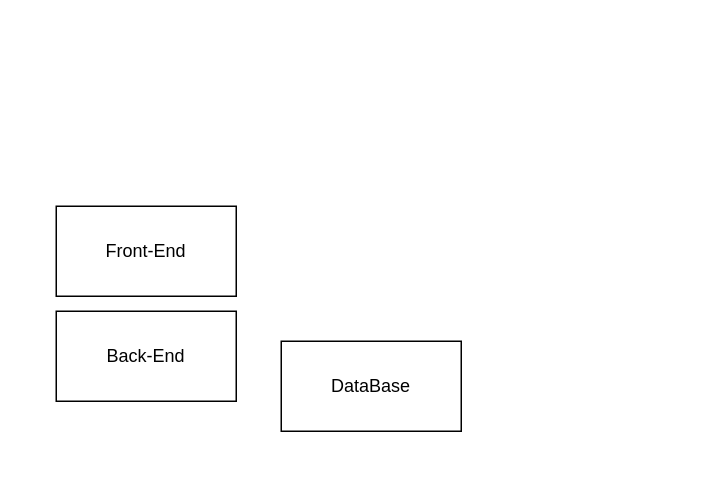
mitri-dvp/diagramas keeps this draw.io diagram as Untitled Diagram.drawio. Above is the earlier version. Source tidied: cells renumbered, new cells numbered last; positions are measured from the earlier drawing's top-left corner, leaving out a move shared by most shapes. Both pictures are drawn from the tidied source at 150%, with x=0, y=0 at pixel (56, 206).
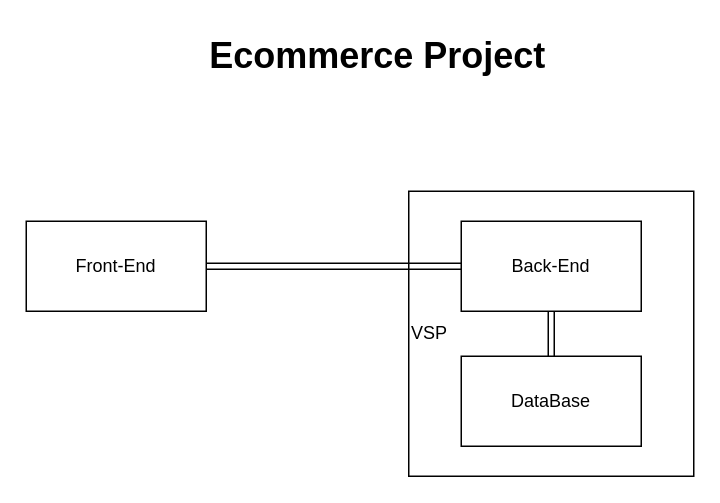
Above is the later version.

Diff of the diagram source:
```diff
@@
 <mxGraphModel>
   <root>
     <mxCell id="0" />
     <mxCell id="1" parent="0" />
+    <mxCell id="5" value="&lt;div align=&quot;left&quot;&gt;VSP&lt;/div&gt;" style="whiteSpace=wrap;html=1;align=left;" parent="1" vertex="1">
+      <mxGeometry x="235" y="-10" width="190" height="190" as="geometry" />
+    </mxCell>
     <mxCell id="2" value="&lt;div&gt;Front-End&lt;/div&gt;" style="rounded=0;whiteSpace=wrap;html=1;" parent="1" vertex="1">
-      <mxGeometry width="120" height="60" as="geometry" />
+      <mxGeometry x="-20" y="10" width="120" height="60" as="geometry" />
     </mxCell>
     <mxCell id="3" value="&lt;div&gt;Back-End&lt;/div&gt;" style="rounded=0;whiteSpace=wrap;html=1;" parent="1" vertex="1">
-      <mxGeometry y="70" width="120" height="60" as="geometry" />
+      <mxGeometry x="270" y="10" width="120" height="60" as="geometry" />
     </mxCell>
     <mxCell id="4" value="DataBase" style="rounded=0;whiteSpace=wrap;html=1;" parent="1" vertex="1">
-      <mxGeometry x="150" y="90" width="120" height="60" as="geometry" />
+      <mxGeometry x="270" y="100" width="120" height="60" as="geometry" />
     </mxCell>
+    <mxCell id="6" value="&lt;div&gt;Ecommerce Project&lt;br&gt;&lt;/div&gt;" style="text;strokeColor=none;fillColor=none;html=1;fontSize=24;fontStyle=1;verticalAlign=middle;align=center;" parent="1" vertex="1">
+      <mxGeometry x="164" y="-120" width="100" height="40" as="geometry" />
+    </mxCell>
+    <mxCell id="7" style="shape=link;html=1;exitX=1;exitY=0.5;exitDx=0;exitDy=0;entryX=0;entryY=0.5;entryDx=0;entryDy=0;" parent="1" edge="1" source="2" target="3">
+      <mxGeometry relative="1" as="geometry" />
+    </mxCell>
+    <mxCell id="8" style="shape=link;html=1;exitX=0.5;exitY=1;exitDx=0;exitDy=0;" parent="1" edge="1" source="3" target="4">
+      <mxGeometry relative="1" as="geometry" />
+    </mxCell>
   </root>
 </mxGraphModel>
```
